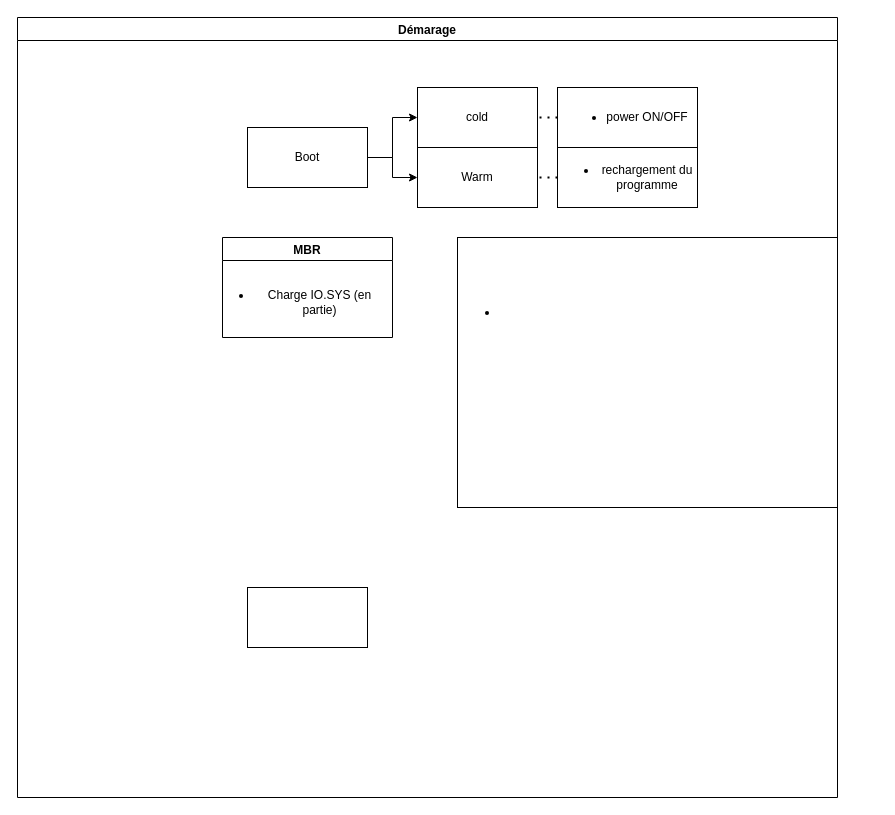
The draw.io diagram new.drawio in Sweedy3960/troll, before the edit. Source tidied: cells renumbered, new cells numbered last; positions are measured from the earlier drawing's top-left corner, leaving out a move shared by most shapes. Both pictures are drawn from the tidied source at 100%, with x=0, y=0 at pixel (17, 17).
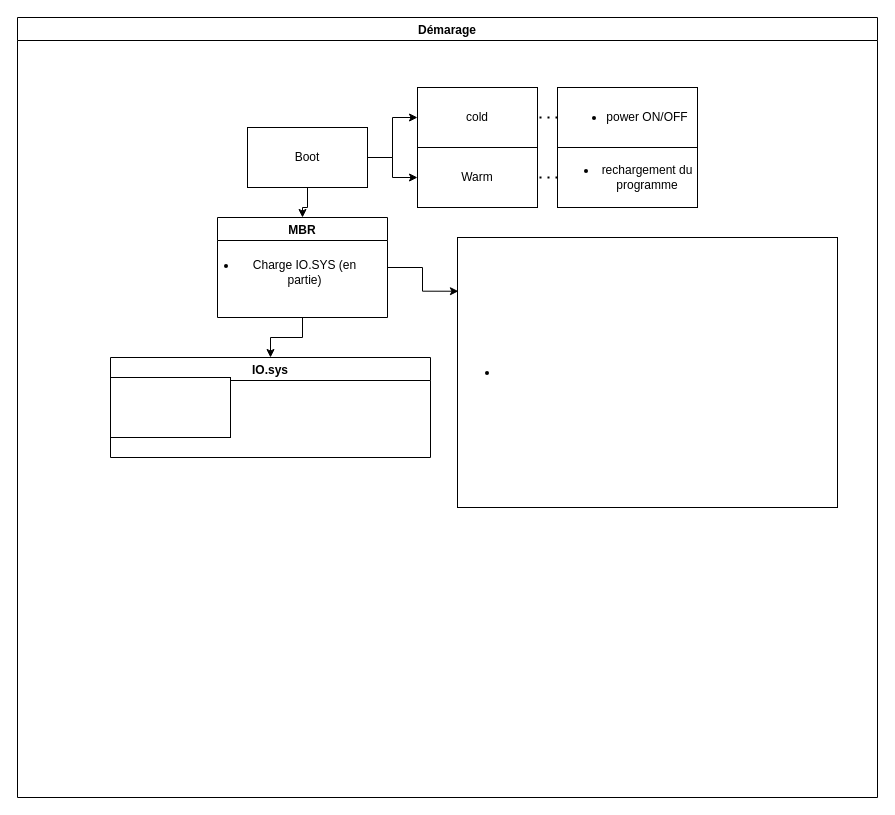
Above is the later version.

Commit message:
Mettre à jour new.drawio

The change refers to these unchanged cells:
```xml
<mxCell id="4" value="Boot" style="rounded=0;whiteSpace=wrap;html=1;" parent="1" vertex="1">
  <mxGeometry x="230" y="110" width="120" height="60" as="geometry" />
</mxCell>
```

Change to the diagram source:
```diff
@@
+    <mxCell id="17" style="edgeStyle=orthogonalEdgeStyle;rounded=0;jettySize=auto;html=1;" parent="1" edge="1" source="4" target="12">
+      <mxGeometry relative="1" as="geometry" />
+    </mxCell>
@@
     <mxCell id="5" value="Démarage" style="swimlane;startSize=23;" parent="1" vertex="1">
-      <mxGeometry width="820" height="780" as="geometry" />
+      <mxGeometry width="860" height="780" as="geometry" />
     </mxCell>
@@
+    <mxCell id="18" style="edgeStyle=orthogonalEdgeStyle;rounded=0;jettySize=auto;html=1;entryX=0.003;entryY=0.199;entryDx=0;entryDy=0;entryPerimeter=0;" parent="5" edge="1" source="12" target="16">
+      <mxGeometry relative="1" as="geometry" />
+    </mxCell>
     <mxCell id="12" value="MBR" style="swimlane;" parent="5" vertex="1">
-      <mxGeometry x="205" y="220" width="170" height="100" as="geometry" />
+      <mxGeometry x="200" y="200" width="170" height="100" as="geometry" />
     </mxCell>
     <mxCell id="13" value="&lt;ul&gt;&lt;li&gt;Charge IO.SYS (en partie)&lt;br&gt;&lt;/li&gt;&lt;/ul&gt;" style="text;html=1;strokeColor=none;fillColor=none;align=center;verticalAlign=middle;whiteSpace=wrap;rounded=0;" parent="12" vertex="1">
-      <mxGeometry x="-10" y="30" width="175" height="70" as="geometry" />
+      <mxGeometry x="-20" y="20" width="175" height="70" as="geometry" />
     </mxCell>
-    <mxCell id="14" style="rounded=0;whiteSpace=wrap;html=1;" parent="5" vertex="1">
-      <mxGeometry x="230" y="570" width="120" height="60" as="geometry" />
-    </mxCell>
@@
     <mxCell id="16" value="&lt;ul&gt;&lt;li&gt;&lt;br&gt;&lt;/li&gt;&lt;/ul&gt;" style="text;html=1;strokeColor=none;fillColor=none;align=left;verticalAlign=middle;whiteSpace=wrap;rounded=0;" parent="5" vertex="1">
-      <mxGeometry x="440" y="220" width="170" height="150" as="geometry" />
+      <mxGeometry x="440" y="220" width="310" height="270" as="geometry" />
     </mxCell>
+    <mxCell id="19" value="IO.sys" style="swimlane;" parent="5" vertex="1">
+      <mxGeometry x="93" y="340" width="320" height="100" as="geometry" />
+    </mxCell>
+    <mxCell id="14" style="rounded=0;whiteSpace=wrap;html=1;" parent="19" vertex="1">
+      <mxGeometry y="20" width="120" height="60" as="geometry" />
+    </mxCell>
+    <mxCell id="20" style="edgeStyle=orthogonalEdgeStyle;rounded=0;jettySize=auto;html=1;" parent="5" edge="1" source="12" target="19">
+      <mxGeometry relative="1" as="geometry" />
+    </mxCell>
```
